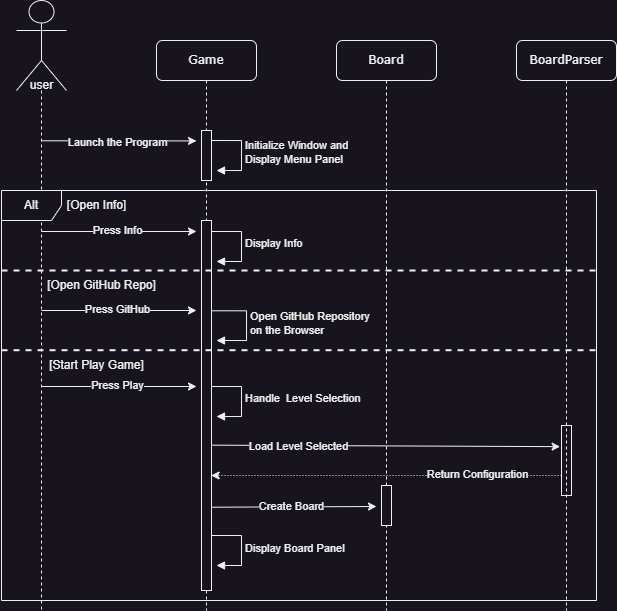
Before: img/Sequence_Diagrams/SD-choose_level-dark_theme.png, a diagram exported from draw.io (nickramos94/Klotski). Source tidied: cells renumbered, new cells last; positions are measured from the earlier drawing's top-left corner, leaving out a move shared by most shapes.
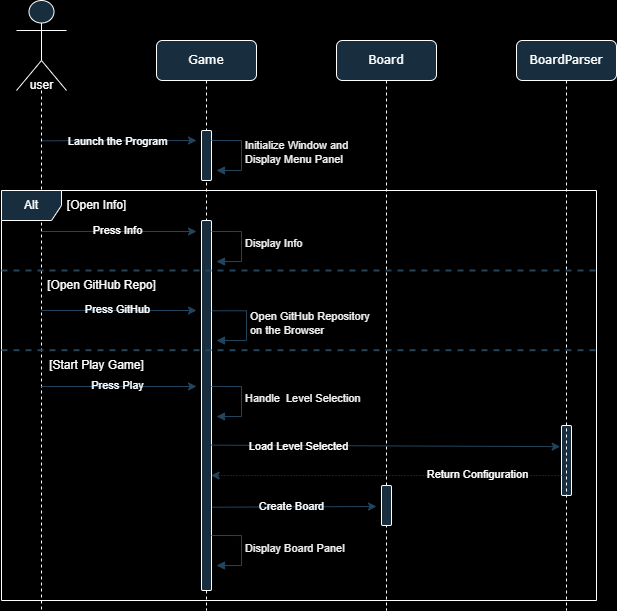
After the commit.

The edit, as a diff of the source:
```diff
@@ -1,25 +1,25 @@
-<mxGraphModel>
+<mxGraphModel background="#000000">
   <root>
     <mxCell id="0" />
     <mxCell id="1" parent="0" />
-    <mxCell id="2" value="Game" style="shape=umlLifeline;perimeter=lifelinePerimeter;whiteSpace=wrap;html=1;rounded=1;shadow=0;comic=0;labelBackgroundColor=none;strokeWidth=1;fontFamily=Verdana;fontSize=12;align=center;" parent="1" vertex="1">
+    <mxCell id="2" value="Game" style="shape=umlLifeline;perimeter=lifelinePerimeter;whiteSpace=wrap;html=1;rounded=1;shadow=0;comic=0;labelBackgroundColor=none;strokeWidth=1;fontFamily=Verdana;fontSize=12;align=center;fillColor=#182E3E;strokeColor=#FFFFFF;fontColor=#FFFFFF;" parent="1" vertex="1">
       <mxGeometry x="155" y="40" width="100" height="570" as="geometry" />
     </mxCell>
-    <mxCell id="3" style="html=1;perimeter=orthogonalPerimeter;rounded=0;shadow=0;comic=0;labelBackgroundColor=none;strokeWidth=1;fontFamily=Verdana;fontSize=12;align=center;" parent="2" vertex="1">
+    <mxCell id="3" style="html=1;perimeter=orthogonalPerimeter;rounded=1;shadow=0;comic=0;labelBackgroundColor=none;strokeWidth=1;fontFamily=Verdana;fontSize=12;align=center;fillColor=#182E3E;strokeColor=#FFFFFF;fontColor=#FFFFFF;" parent="2" vertex="1">
       <mxGeometry x="45" y="90" width="10" height="50" as="geometry" />
     </mxCell>
-    <mxCell id="4" style="edgeStyle=elbowEdgeStyle;rounded=0;orthogonalLoop=1;jettySize=auto;html=1;elbow=vertical;curved=0;" parent="2" edge="1">
+    <mxCell id="4" style="edgeStyle=elbowEdgeStyle;rounded=1;orthogonalLoop=1;jettySize=auto;html=1;elbow=vertical;curved=0;labelBackgroundColor=none;strokeColor=#23445D;fontColor=default;" parent="2" edge="1">
       <mxGeometry relative="1" as="geometry">
         <mxPoint x="-115.1" y="100.3" as="sourcePoint" />
         <mxPoint x="40" y="100" as="targetPoint" />
       </mxGeometry>
     </mxCell>
-    <mxCell id="5" value="Launch the Program" style="edgeLabel;html=1;align=center;verticalAlign=middle;" parent="4" vertex="1">
+    <mxCell id="5" value="Launch the Program" style="edgeLabel;html=1;align=center;verticalAlign=middle;rounded=1;labelBackgroundColor=none;fontColor=#FFFFFF;" parent="4" vertex="1">
       <mxGeometry x="-0.63" y="-1" relative="1" as="geometry">
         <mxPoint x="47" as="offset" />
       </mxGeometry>
     </mxCell>
-    <mxCell id="6" value="Initialize Window and&amp;nbsp;&lt;br&gt;Display Menu Panel" style="html=1;align=left;spacingLeft=2;endArrow=block;rounded=0;edgeStyle=orthogonalEdgeStyle;curved=0;rounded=0;" parent="2" edge="1">
+    <mxCell id="6" value="Initialize Window and&amp;nbsp;&lt;br&gt;Display Menu Panel" style="html=1;align=left;spacingLeft=2;endArrow=block;rounded=1;edgeStyle=orthogonalEdgeStyle;curved=0;rounded=0;labelBackgroundColor=none;strokeColor=#23445D;fontColor=default;" parent="2" edge="1">
       <mxGeometry relative="1" as="geometry">
         <mxPoint x="55" y="100" as="sourcePoint" />
         <mxPoint x="60" y="130" as="targetPoint" />
@@ -28,10 +28,10 @@
         </Array>
       </mxGeometry>
     </mxCell>
-    <mxCell id="7" style="html=1;points=[];perimeter=orthogonalPerimeter;rounded=0;shadow=0;comic=0;labelBackgroundColor=none;strokeWidth=1;fontFamily=Verdana;fontSize=12;align=center;" parent="2" vertex="1">
+    <mxCell id="7" style="html=1;points=[];perimeter=orthogonalPerimeter;rounded=1;shadow=0;comic=0;labelBackgroundColor=none;strokeWidth=1;fontFamily=Verdana;fontSize=12;align=center;fillColor=#182E3E;strokeColor=#FFFFFF;fontColor=#FFFFFF;" parent="2" vertex="1">
       <mxGeometry x="45" y="180" width="10" height="370" as="geometry" />
     </mxCell>
-    <mxCell id="8" value="Display Info" style="html=1;align=left;spacingLeft=2;endArrow=block;rounded=0;edgeStyle=orthogonalEdgeStyle;curved=0;rounded=0;" parent="2" edge="1">
+    <mxCell id="8" value="Display Info" style="html=1;align=left;spacingLeft=2;endArrow=block;rounded=1;edgeStyle=orthogonalEdgeStyle;curved=0;rounded=0;labelBackgroundColor=none;strokeColor=#23445D;fontColor=default;" parent="2" edge="1">
       <mxGeometry relative="1" as="geometry">
         <mxPoint x="55" y="191" as="sourcePoint" />
         <mxPoint x="60" y="221" as="targetPoint" />
@@ -40,16 +40,16 @@
         </Array>
       </mxGeometry>
     </mxCell>
-    <mxCell id="9" style="shape=umlLifeline;perimeter=lifelinePerimeter;whiteSpace=wrap;html=1;outlineConnect=0;portConstraint=eastwest;newEdgeStyle={&quot;edgeStyle&quot;:&quot;elbowEdgeStyle&quot;,&quot;elbow&quot;:&quot;vertical&quot;,&quot;curved&quot;:0,&quot;rounded&quot;:0};participant=umlActor;size=90;" parent="1" vertex="1">
+    <mxCell id="9" style="shape=umlLifeline;perimeter=lifelinePerimeter;whiteSpace=wrap;html=1;outlineConnect=0;portConstraint=eastwest;newEdgeStyle={&quot;edgeStyle&quot;:&quot;elbowEdgeStyle&quot;,&quot;elbow&quot;:&quot;vertical&quot;,&quot;curved&quot;:0,&quot;rounded&quot;:0};participant=umlActor;size=90;rounded=1;labelBackgroundColor=none;fillColor=#182E3E;strokeColor=#FFFFFF;fontColor=#FFFFFF;" parent="1" vertex="1">
       <mxGeometry x="15" width="50" height="610" as="geometry" />
     </mxCell>
-    <mxCell id="10" value="user" style="text;html=1;align=center;verticalAlign=middle;strokeColor=none;fillColor=none;" parent="1" vertex="1">
+    <mxCell id="10" value="user" style="text;html=1;align=center;verticalAlign=middle;strokeColor=none;fillColor=none;rounded=1;labelBackgroundColor=none;fontColor=#FFFFFF;" parent="1" vertex="1">
       <mxGeometry x="15" y="70" width="50" height="30" as="geometry" />
     </mxCell>
-    <mxCell id="11" value="Board" style="shape=umlLifeline;perimeter=lifelinePerimeter;whiteSpace=wrap;html=1;rounded=1;shadow=0;comic=0;labelBackgroundColor=none;strokeWidth=1;fontFamily=Verdana;fontSize=12;align=center;" parent="1" vertex="1">
+    <mxCell id="11" value="Board" style="shape=umlLifeline;perimeter=lifelinePerimeter;whiteSpace=wrap;html=1;rounded=1;shadow=0;comic=0;labelBackgroundColor=none;strokeWidth=1;fontFamily=Verdana;fontSize=12;align=center;fillColor=#182E3E;strokeColor=#FFFFFF;fontColor=#FFFFFF;" parent="1" vertex="1">
       <mxGeometry x="335" y="40" width="100" height="570" as="geometry" />
     </mxCell>
-    <mxCell id="12" value="Handle&amp;nbsp; Level Selection" style="html=1;align=left;spacingLeft=2;endArrow=block;rounded=0;edgeStyle=orthogonalEdgeStyle;curved=0;rounded=0;" parent="11" edge="1">
+    <mxCell id="12" value="Handle&amp;nbsp; Level Selection" style="html=1;align=left;spacingLeft=2;endArrow=block;rounded=1;edgeStyle=orthogonalEdgeStyle;curved=0;rounded=0;labelBackgroundColor=none;strokeColor=#23445D;fontColor=default;" parent="11" edge="1">
       <mxGeometry relative="1" as="geometry">
         <mxPoint x="-125" y="346" as="sourcePoint" />
         <mxPoint x="-120" y="376" as="targetPoint" />
@@ -58,79 +58,79 @@
         </Array>
       </mxGeometry>
     </mxCell>
-    <mxCell id="13" style="html=1;perimeter=orthogonalPerimeter;rounded=0;shadow=0;comic=0;labelBackgroundColor=none;strokeWidth=1;fontFamily=Verdana;fontSize=12;align=center;" parent="11" vertex="1">
+    <mxCell id="13" style="html=1;perimeter=orthogonalPerimeter;rounded=1;shadow=0;comic=0;labelBackgroundColor=none;strokeWidth=1;fontFamily=Verdana;fontSize=12;align=center;fillColor=#182E3E;strokeColor=#FFFFFF;fontColor=#FFFFFF;" parent="11" vertex="1">
       <mxGeometry x="45" y="445" width="10" height="40" as="geometry" />
     </mxCell>
-    <mxCell id="14" style="endArrow=classic;html=1;rounded=0;entryX=-0.141;entryY=0.302;entryDx=0;entryDy=0;entryPerimeter=0;" parent="11" edge="1" target="18">
+    <mxCell id="14" style="endArrow=classic;html=1;rounded=1;entryX=-0.141;entryY=0.302;entryDx=0;entryDy=0;entryPerimeter=0;labelBackgroundColor=none;strokeColor=#23445D;fontColor=default;" parent="11" edge="1" target="18">
       <mxGeometry relative="1" as="geometry">
         <mxPoint x="-125" y="404.7" as="sourcePoint" />
       </mxGeometry>
     </mxCell>
-    <mxCell id="15" value="Load Level Selected" style="edgeLabel;html=1;align=center;verticalAlign=middle;" parent="14" vertex="1">
+    <mxCell id="15" value="Load Level Selected" style="edgeLabel;html=1;align=center;verticalAlign=middle;rounded=1;labelBackgroundColor=none;fontColor=#FFFFFF;" parent="14" vertex="1">
       <mxGeometry x="-0.1" y="2" relative="1" as="geometry">
         <mxPoint x="-71" y="2" as="offset" />
       </mxGeometry>
     </mxCell>
-    <mxCell id="16" style="endArrow=classic;html=1;rounded=0;" parent="11" edge="1">
+    <mxCell id="16" style="endArrow=classic;html=1;rounded=1;labelBackgroundColor=none;strokeColor=#23445D;fontColor=default;" parent="11" edge="1">
       <mxGeometry relative="1" as="geometry">
         <mxPoint x="-295.2" y="346" as="sourcePoint" />
         <mxPoint x="-140" y="346" as="targetPoint" />
       </mxGeometry>
     </mxCell>
-    <mxCell id="17" value="Press Play" style="edgeLabel;html=1;align=center;verticalAlign=middle;" parent="16" vertex="1">
+    <mxCell id="17" value="Press Play" style="edgeLabel;html=1;align=center;verticalAlign=middle;rounded=1;labelBackgroundColor=none;fontColor=#FFFFFF;" parent="16" vertex="1">
       <mxGeometry x="-0.32" y="1" relative="1" as="geometry">
         <mxPoint x="23" as="offset" />
       </mxGeometry>
     </mxCell>
-    <mxCell id="18" style="html=1;points=[];perimeter=orthogonalPerimeter;rounded=0;shadow=0;comic=0;labelBackgroundColor=none;strokeWidth=1;fontFamily=Verdana;fontSize=12;align=center;" parent="11" vertex="1">
+    <mxCell id="18" style="html=1;points=[];perimeter=orthogonalPerimeter;rounded=1;shadow=0;comic=0;labelBackgroundColor=none;strokeWidth=1;fontFamily=Verdana;fontSize=12;align=center;fillColor=#182E3E;strokeColor=#FFFFFF;fontColor=#FFFFFF;" parent="11" vertex="1">
       <mxGeometry x="225" y="385" width="10" height="70" as="geometry" />
     </mxCell>
-    <mxCell id="19" style="endArrow=classic;html=1;rounded=0;dashed=1;dashPattern=1 2;" parent="11" edge="1">
+    <mxCell id="19" style="endArrow=classic;html=1;rounded=1;dashed=1;dashPattern=1 2;labelBackgroundColor=none;strokeColor=#23445D;fontColor=default;" parent="11" edge="1">
       <mxGeometry relative="1" as="geometry">
         <mxPoint x="225" y="435" as="sourcePoint" />
         <mxPoint x="-125.4" y="435" as="targetPoint" />
       </mxGeometry>
     </mxCell>
-    <mxCell id="20" value="Return Configuration" style="edgeLabel;html=1;align=center;verticalAlign=middle;" parent="19" vertex="1">
+    <mxCell id="20" value="Return Configuration" style="edgeLabel;html=1;align=center;verticalAlign=middle;rounded=1;labelBackgroundColor=none;fontColor=#FFFFFF;" parent="19" vertex="1">
       <mxGeometry x="-0.44" y="-1" relative="1" as="geometry">
         <mxPoint x="13" as="offset" />
       </mxGeometry>
     </mxCell>
-    <mxCell id="21" style="endArrow=classic;html=1;rounded=0;exitX=1.086;exitY=0.71;exitDx=0;exitDy=0;exitPerimeter=0;" parent="11" edge="1">
+    <mxCell id="21" style="endArrow=classic;html=1;rounded=1;exitX=1.086;exitY=0.71;exitDx=0;exitDy=0;exitPerimeter=0;labelBackgroundColor=none;strokeColor=#23445D;fontColor=default;" parent="11" edge="1">
       <mxGeometry relative="1" as="geometry">
         <mxPoint x="-124.1" y="466.7" as="sourcePoint" />
         <mxPoint x="40" y="466" as="targetPoint" />
       </mxGeometry>
     </mxCell>
-    <mxCell id="22" value="Create Board" style="edgeLabel;html=1;align=center;verticalAlign=middle;" parent="21" vertex="1">
+    <mxCell id="22" value="Create Board" style="edgeLabel;html=1;align=center;verticalAlign=middle;rounded=1;labelBackgroundColor=none;fontColor=#FFFFFF;" parent="21" vertex="1">
       <mxGeometry x="-0.32" y="1" relative="1" as="geometry">
         <mxPoint x="23" as="offset" />
       </mxGeometry>
     </mxCell>
-    <mxCell id="23" value="BoardParser" style="shape=umlLifeline;perimeter=lifelinePerimeter;whiteSpace=wrap;html=1;rounded=1;shadow=0;comic=0;labelBackgroundColor=none;strokeWidth=1;fontFamily=Verdana;fontSize=12;align=center;" parent="1" vertex="1">
+    <mxCell id="23" value="BoardParser" style="shape=umlLifeline;perimeter=lifelinePerimeter;whiteSpace=wrap;html=1;rounded=1;shadow=0;comic=0;labelBackgroundColor=none;strokeWidth=1;fontFamily=Verdana;fontSize=12;align=center;fillColor=#182E3E;strokeColor=#FFFFFF;fontColor=#FFFFFF;" parent="1" vertex="1">
       <mxGeometry x="515" y="40" width="100" height="570" as="geometry" />
     </mxCell>
-    <mxCell id="24" style="endArrow=classic;html=1;rounded=0;" parent="1" edge="1">
+    <mxCell id="24" style="endArrow=classic;html=1;rounded=1;labelBackgroundColor=none;strokeColor=#23445D;fontColor=default;" parent="1" edge="1">
       <mxGeometry relative="1" as="geometry">
         <mxPoint x="39.9" y="231" as="sourcePoint" />
         <mxPoint x="195" y="231" as="targetPoint" />
       </mxGeometry>
     </mxCell>
-    <mxCell id="25" value="Press Info" style="edgeLabel;html=1;align=center;verticalAlign=middle;" parent="24" vertex="1">
+    <mxCell id="25" value="Press Info" style="edgeLabel;html=1;align=center;verticalAlign=middle;rounded=1;labelBackgroundColor=none;fontColor=#FFFFFF;" parent="24" vertex="1">
       <mxGeometry x="-0.32" y="1" relative="1" as="geometry">
         <mxPoint x="23" as="offset" />
       </mxGeometry>
     </mxCell>
-    <mxCell id="26" value="Alt" style="shape=umlFrame;whiteSpace=wrap;html=1;" parent="1" vertex="1">
+    <mxCell id="26" value="Alt" style="shape=umlFrame;whiteSpace=wrap;html=1;rounded=1;labelBackgroundColor=none;fillColor=#182E3E;strokeColor=#FFFFFF;fontColor=#FFFFFF;" parent="1" vertex="1">
       <mxGeometry y="190" width="595" height="410" as="geometry" />
     </mxCell>
-    <mxCell id="27" style="endArrow=none;dashed=1;html=1;strokeWidth=2;rounded=0;exitX=0;exitY=0.25;exitDx=0;exitDy=0;exitPerimeter=0;" parent="1" edge="1">
+    <mxCell id="27" style="endArrow=none;dashed=1;html=1;strokeWidth=2;rounded=1;exitX=0;exitY=0.25;exitDx=0;exitDy=0;exitPerimeter=0;labelBackgroundColor=none;strokeColor=#23445D;fontColor=default;" parent="1" edge="1">
       <mxGeometry relative="1" as="geometry">
         <mxPoint y="349.7" as="sourcePoint" />
         <mxPoint x="595" y="349.7" as="targetPoint" />
       </mxGeometry>
     </mxCell>
-    <mxCell id="28" value="Display Board Panel" style="html=1;align=left;spacingLeft=2;endArrow=block;rounded=0;edgeStyle=orthogonalEdgeStyle;curved=0;rounded=0;" parent="1" edge="1">
+    <mxCell id="28" value="Display Board Panel" style="html=1;align=left;spacingLeft=2;endArrow=block;rounded=1;edgeStyle=orthogonalEdgeStyle;curved=0;rounded=0;labelBackgroundColor=none;strokeColor=#23445D;fontColor=default;" parent="1" edge="1">
       <mxGeometry x="0.01" relative="1" as="geometry">
         <mxPoint x="210" y="535" as="sourcePoint" />
         <mxPoint x="215" y="565" as="targetPoint" />
@@ -140,29 +140,29 @@
         </Array>
       </mxGeometry>
     </mxCell>
-    <mxCell id="29" value="[Open Info]" style="text;html=1;align=center;verticalAlign=middle;strokeColor=none;fillColor=none;" parent="1" vertex="1">
+    <mxCell id="29" value="[Open Info]" style="text;html=1;align=center;verticalAlign=middle;strokeColor=none;fillColor=none;rounded=1;labelBackgroundColor=none;fontColor=#FFFFFF;" parent="1" vertex="1">
       <mxGeometry x="55" y="190" width="80" height="30" as="geometry" />
     </mxCell>
-    <mxCell id="30" value="[Start Play Game]" style="text;html=1;align=center;verticalAlign=middle;strokeColor=none;fillColor=none;" parent="1" vertex="1">
+    <mxCell id="30" value="[Start Play Game]" style="text;html=1;align=center;verticalAlign=middle;strokeColor=none;fillColor=none;rounded=1;labelBackgroundColor=none;fontColor=#FFFFFF;" parent="1" vertex="1">
       <mxGeometry x="35" y="350" width="120" height="30" as="geometry" />
     </mxCell>
-    <mxCell id="31" style="endArrow=none;dashed=1;html=1;strokeWidth=2;rounded=0;exitX=0;exitY=0.25;exitDx=0;exitDy=0;exitPerimeter=0;" parent="1" edge="1">
+    <mxCell id="31" style="endArrow=none;dashed=1;html=1;strokeWidth=2;rounded=1;exitX=0;exitY=0.25;exitDx=0;exitDy=0;exitPerimeter=0;labelBackgroundColor=none;strokeColor=#23445D;fontColor=default;" parent="1" edge="1">
       <mxGeometry relative="1" as="geometry">
         <mxPoint y="270" as="sourcePoint" />
         <mxPoint x="595" y="270" as="targetPoint" />
       </mxGeometry>
     </mxCell>
-    <mxCell id="32" style="endArrow=classic;html=1;rounded=0;" parent="1" edge="1" source="9">
+    <mxCell id="32" style="endArrow=classic;html=1;rounded=1;labelBackgroundColor=none;strokeColor=#23445D;fontColor=default;" parent="1" edge="1" source="9">
       <mxGeometry relative="1" as="geometry">
         <mxPoint x="195" y="310" as="targetPoint" />
       </mxGeometry>
     </mxCell>
-    <mxCell id="33" value="Press GitHub" style="edgeLabel;html=1;align=center;verticalAlign=middle;" parent="32" vertex="1">
+    <mxCell id="33" value="Press GitHub" style="edgeLabel;html=1;align=center;verticalAlign=middle;rounded=1;labelBackgroundColor=none;fontColor=#FFFFFF;" parent="32" vertex="1">
       <mxGeometry x="-0.32" y="1" relative="1" as="geometry">
         <mxPoint x="23" as="offset" />
       </mxGeometry>
     </mxCell>
-    <mxCell id="34" value="Open GitHub Repository&lt;br&gt;on the Browser" style="html=1;align=left;spacingLeft=2;endArrow=block;rounded=0;edgeStyle=orthogonalEdgeStyle;curved=0;rounded=0;exitX=1.029;exitY=0.244;exitDx=0;exitDy=0;exitPerimeter=0;" parent="1" edge="1" source="7">
+    <mxCell id="34" value="Open GitHub Repository&lt;br&gt;on the Browser" style="html=1;align=left;spacingLeft=2;endArrow=block;rounded=1;edgeStyle=orthogonalEdgeStyle;curved=0;rounded=0;exitX=1.029;exitY=0.244;exitDx=0;exitDy=0;exitPerimeter=0;labelBackgroundColor=none;strokeColor=#23445D;fontColor=default;" parent="1" edge="1" source="7">
       <mxGeometry relative="1" as="geometry">
         <mxPoint x="215" y="340" as="targetPoint" />
         <Array as="points">
@@ -171,7 +171,7 @@
         </Array>
       </mxGeometry>
     </mxCell>
-    <mxCell id="35" value="[Open GitHub Repo]" style="text;html=1;align=center;verticalAlign=middle;strokeColor=none;fillColor=none;" parent="1" vertex="1">
+    <mxCell id="35" value="[Open GitHub Repo]" style="text;html=1;align=center;verticalAlign=middle;strokeColor=none;fillColor=none;rounded=1;labelBackgroundColor=none;fontColor=#FFFFFF;" parent="1" vertex="1">
       <mxGeometry x="35" y="270" width="130" height="30" as="geometry" />
     </mxCell>
   </root>
```
